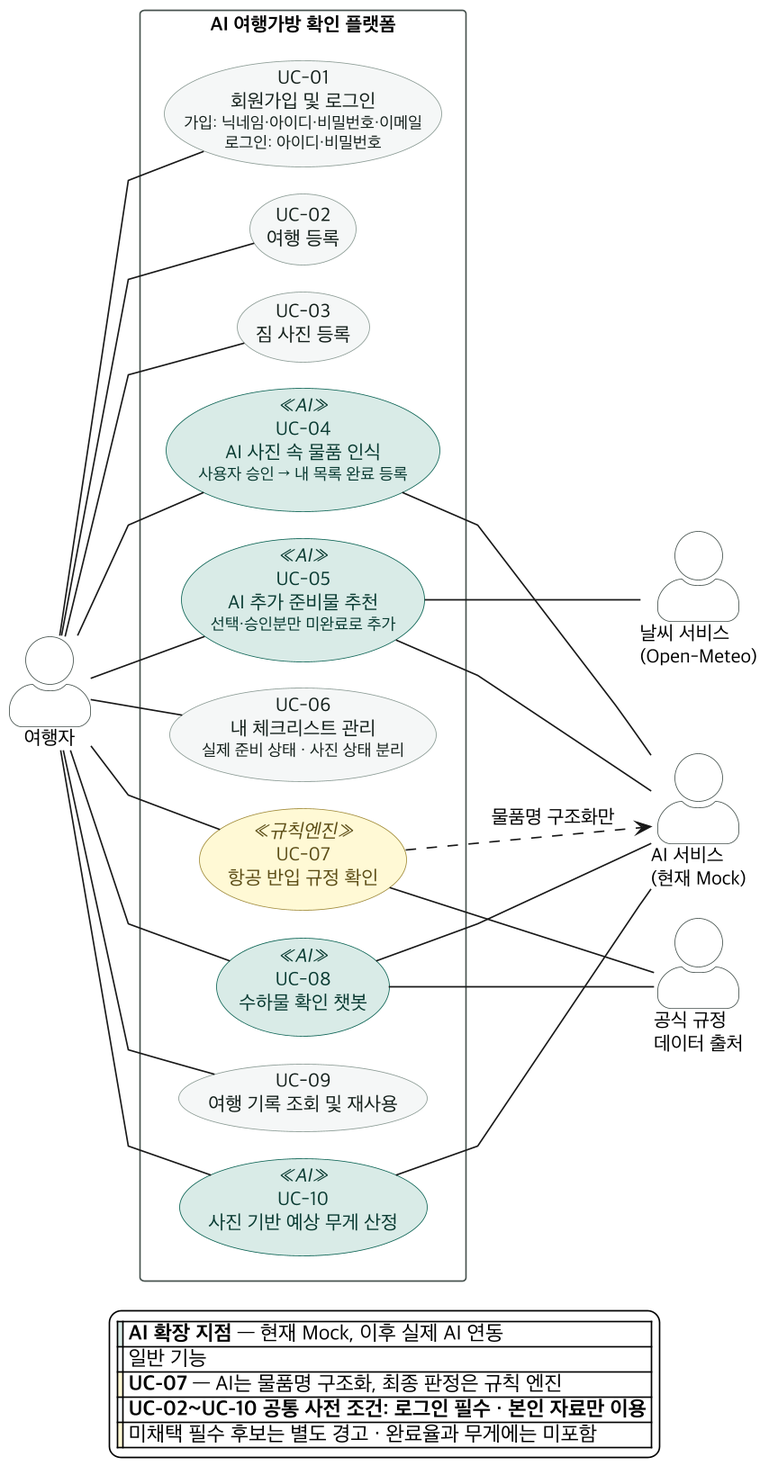
The PlantUML diagram docs/images/02-usecase.png in SangMyeong5426/skala-mini-ai-web-service, before a commit.
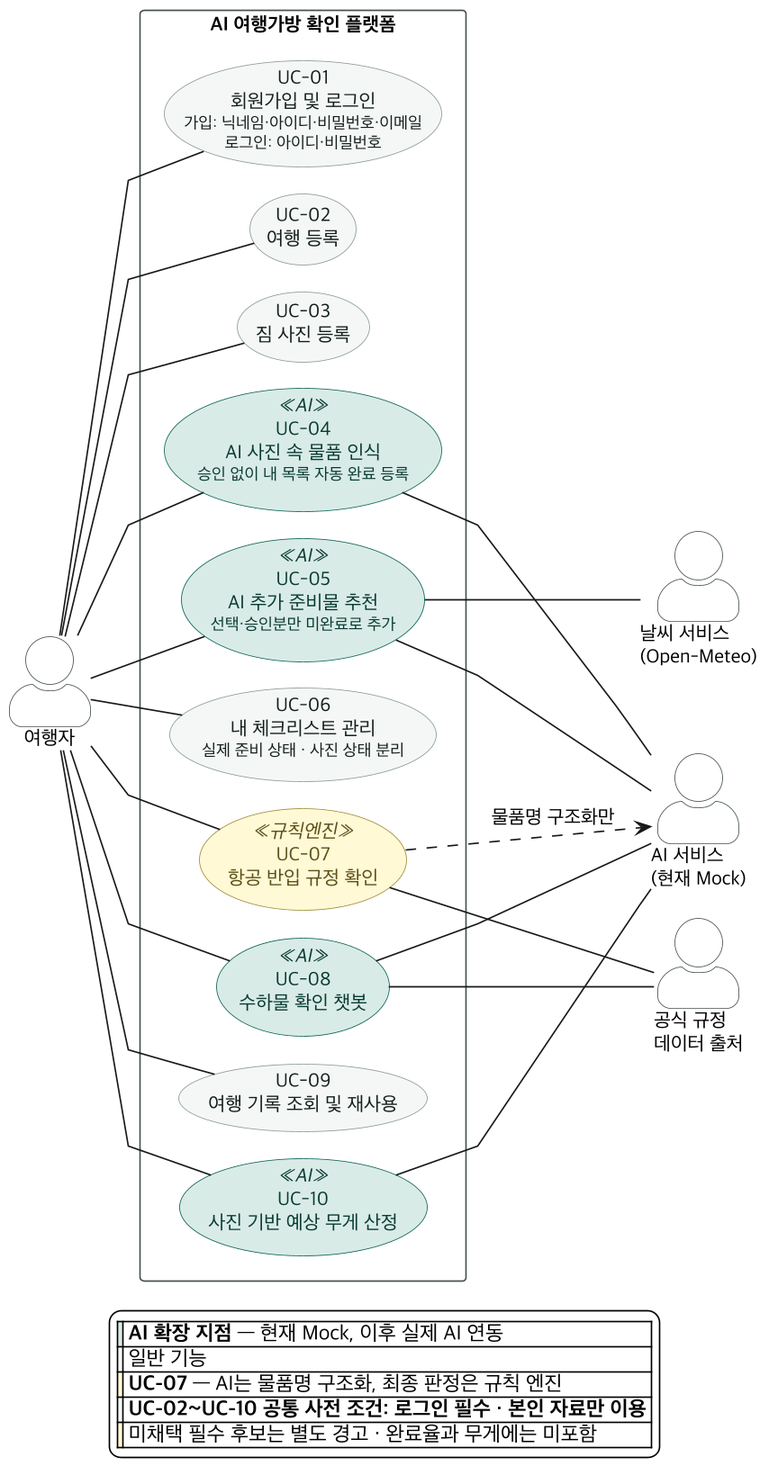
After the commit.

Change to the diagram source:
```diff
@@ -40,7 +40,7 @@
   usecase "UC-01\n회원가입 및 로그인\n<size:11>가입: 닉네임·아이디·비밀번호·이메일</size>\n<size:11>로그인: 아이디·비밀번호</size>" as UC01
   usecase "UC-02\n여행 등록" as UC02
   usecase "UC-03\n짐 사진 등록" as UC03
-  usecase "UC-04\nAI 사진 속 물품 인식\n<size:11>사용자 승인 → 내 목록 완료 등록</size>" as UC04 <<AI>>
+  usecase "UC-04\nAI 사진 속 물품 인식\n<size:11>승인 없이 내 목록 자동 완료 등록</size>" as UC04 <<AI>>
   usecase "UC-05\nAI 추가 준비물 추천\n<size:11>선택·승인분만 미완료로 추가</size>" as UC05 <<AI>>
   usecase "UC-06\n내 체크리스트 관리\n<size:11>실제 준비 상태 · 사진 상태 분리</size>" as UC06
   usecase "UC-07\n항공 반입 규정 확인" as UC07 <<규칙엔진>>
```
